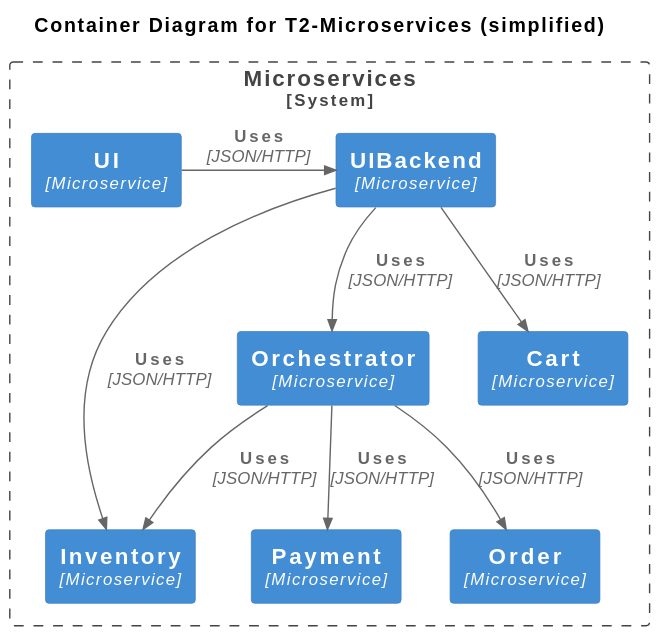
Earlier version of the PlantUML export source/diagrams/c4-container-microservices-simplified-2.svg (t2-project/documentation). Its diagram source:
```plantuml
@startuml
title Container Diagram for T2-Microservices (simplified)

!include https://raw.githubusercontent.com/plantuml-stdlib/C4-PlantUML/master/C4_Container.puml

!define ICONS https://raw.githubusercontent.com/tupadr3/plantuml-icon-font-sprites/master
!include ICONS/common.puml
!include ICONS/devicons2/spring.puml
!include ICONS/devicons2/mongodb.puml
!include ICONS/devicons2/postgresql.puml


System_Boundary(t2_project, "Microservices") {

    Container(uibackend, "UIBackend", "Microservice")
    Container(ui, "UI", "Microservice")
    Container(inventory, "Inventory", "Microservice", $tags="saga")
    Container(orchestrator, "Orchestrator", "Microservice", $tags="saga")
    Container(payment, "Payment", "Microservice", $tags="saga")
    Container(order, "Order", "Microservice", $tags="saga")
    Container(cart, "Cart", "Microservice")
}

Rel_Neighbor(ui, uibackend, "Uses", "JSON/HTTP")
Rel(uibackend, cart, "Uses", "JSON/HTTP")
Rel(uibackend, orchestrator, "Uses", "JSON/HTTP")
Rel(uibackend, inventory, "Uses", "JSON/HTTP")
Rel(orchestrator, inventory, "Uses", "JSON/HTTP")
Rel(orchestrator, order, "Uses", "JSON/HTTP")
Rel(orchestrator, payment, "Uses", "JSON/HTTP")
@enduml
```
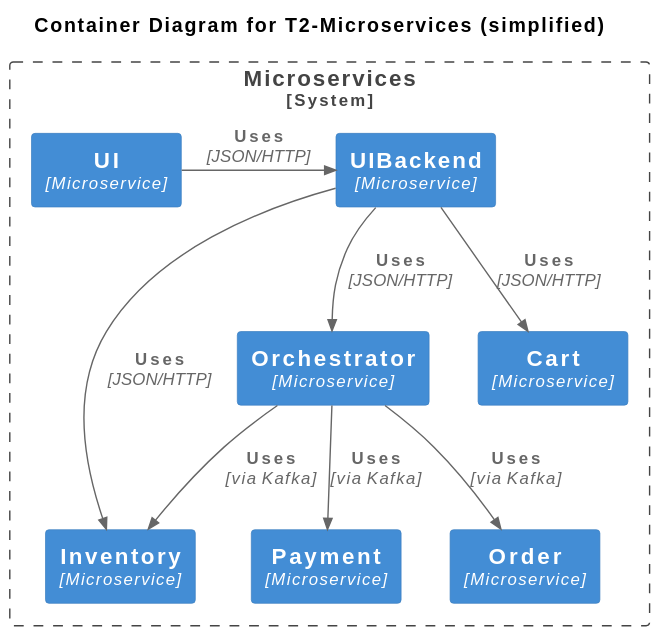
Above is the later version.

The edit, as a diff of the source:
```diff
@@ -25,7 +25,7 @@
 Rel(uibackend, cart, "Uses", "JSON/HTTP")
 Rel(uibackend, orchestrator, "Uses", "JSON/HTTP")
 Rel(uibackend, inventory, "Uses", "JSON/HTTP")
-Rel(orchestrator, inventory, "Uses", "JSON/HTTP")
-Rel(orchestrator, order, "Uses", "JSON/HTTP")
-Rel(orchestrator, payment, "Uses", "JSON/HTTP")
+Rel(orchestrator, inventory, "Uses", "via Kafka")
+Rel(orchestrator, order, "Uses", "via Kafka")
+Rel(orchestrator, payment, "Uses", "via Kafka")
 @enduml
```
